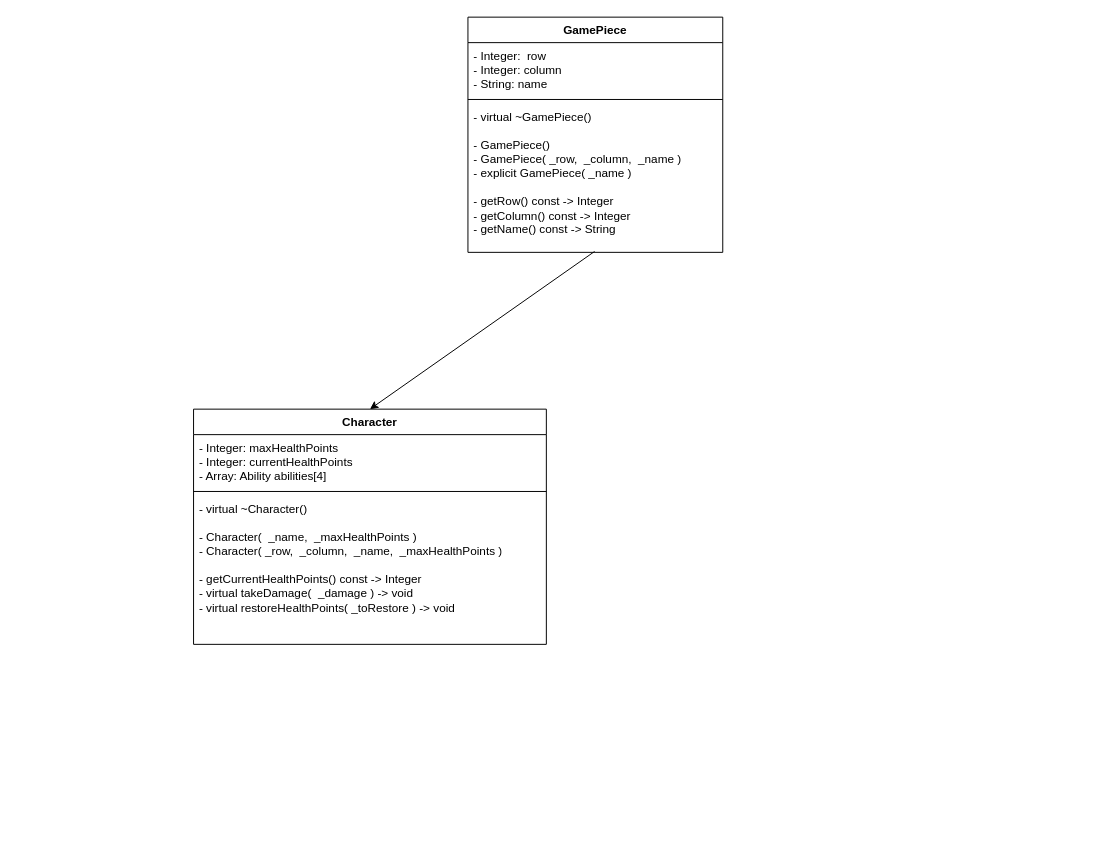
klovelace21/cli_game keeps this draw.io diagram as cli_game.drawio. Above is the earlier version. Source tidied: cells renumbered, new cells numbered last; positions are measured from the earlier drawing's top-left corner, leaving out a move shared by most shapes. Both pictures are drawn from the tidied source at 98%, with x=0, y=0 at pixel (193, 17).
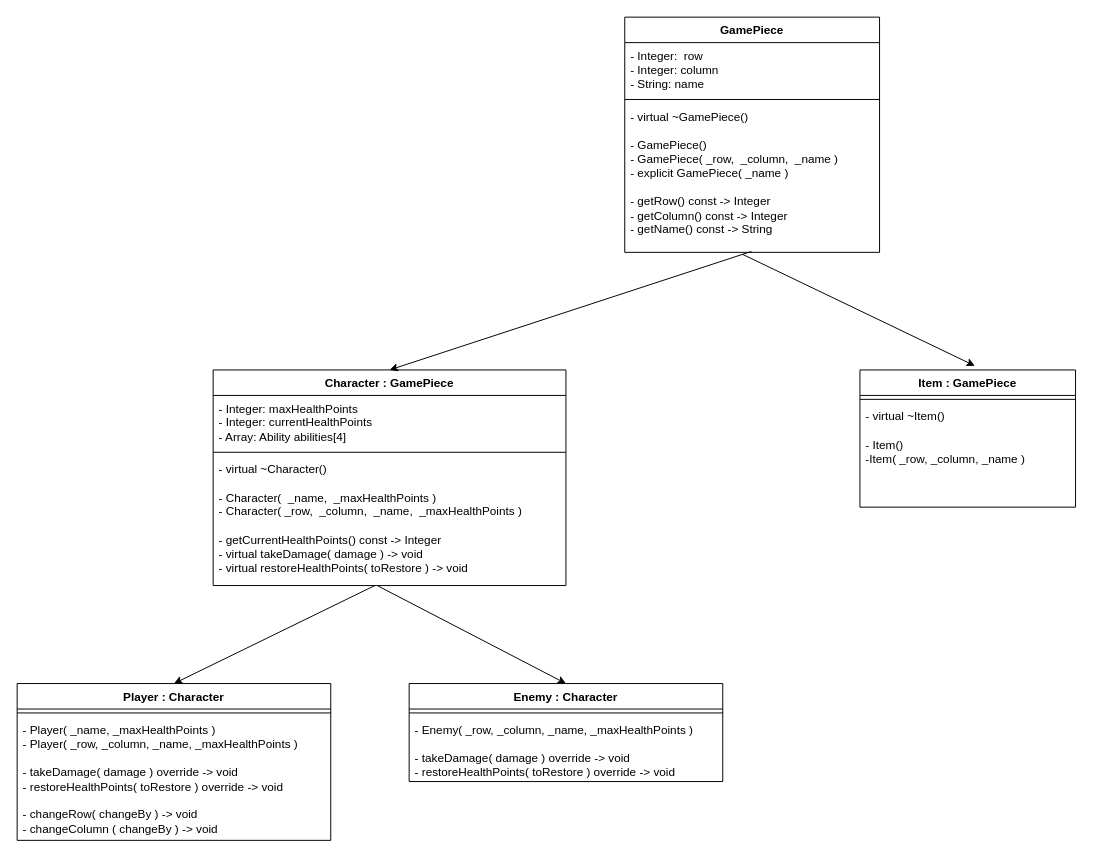
After the change.

Commit message:
GamePiece -> Item relation

The change refers to these unchanged cells:
```xml
<mxCell id="5" value="- virtual ~GamePiece()&lt;br&gt;&lt;br&gt;- GamePiece()&lt;br&gt;- GamePiece( _row,&amp;nbsp; _column,&amp;nbsp; _name )&lt;br&gt;- explicit GamePiece( _name )&lt;br&gt;&lt;br&gt;- getRow() const -&amp;gt; Integer&lt;br&gt;- getColumn() const -&amp;gt; Integer&lt;br&gt;- getName() const -&amp;gt; String" style="text;strokeColor=none;fillColor=none;align=left;verticalAlign=top;spacingLeft=4;spacingRight=4;overflow=hidden;points=[[0,0.5],[1,0.5]];portConstraint=eastwest;whiteSpace=wrap;html=1;" parent="2" vertex="1">
  <mxGeometry y="88" width="260" height="152" as="geometry" />
</mxCell>
```

What changed in the source:
```diff
@@
     <mxCell id="2" value="GamePiece" style="swimlane;fontStyle=1;align=center;verticalAlign=top;horizontal=1;startSize=26;whiteSpace=wrap;html=1;" parent="1" vertex="1">
-      <mxGeometry x="280" width="260" height="240" as="geometry" />
+      <mxGeometry x="440" width="260" height="240" as="geometry" />
     </mxCell>
@@
-    <mxCell id="6" value="Character" style="swimlane;fontStyle=1;align=center;verticalAlign=top;horizontal=1;startSize=26;whiteSpace=wrap;html=1;" parent="1" vertex="1">
-      <mxGeometry y="400" width="360" height="240" as="geometry" />
+    <mxCell id="6" value="Character : GamePiece" style="swimlane;fontStyle=1;align=center;verticalAlign=top;horizontal=1;startSize=26;whiteSpace=wrap;html=1;" parent="1" vertex="1">
+      <mxGeometry x="20" y="360" width="360" height="220" as="geometry" />
     </mxCell>
@@
-    <mxCell id="9" value="- virtual ~Character()&lt;br&gt;&lt;br&gt;- Character(&amp;nbsp; _name,&amp;nbsp; _maxHealthPoints )&lt;br&gt;- Character( _row,&amp;nbsp; _column,&amp;nbsp; _name,&amp;nbsp; _maxHealthPoints )&lt;br&gt;&lt;br&gt;- getCurrentHealthPoints() const -&amp;gt; Integer&lt;br&gt;- virtual takeDamage(&amp;nbsp; _damage ) -&amp;gt; void&lt;br&gt;- virtual restoreHealthPoints( _toRestore ) -&amp;gt; void" style="text;strokeColor=none;fillColor=none;align=left;verticalAlign=top;spacingLeft=4;spacingRight=4;overflow=hidden;points=[[0,0.5],[1,0.5]];portConstraint=eastwest;whiteSpace=wrap;html=1;" parent="6" vertex="1">
-      <mxGeometry y="88" width="360" height="152" as="geometry" />
+    <mxCell id="9" value="- virtual ~Character()&lt;br&gt;&lt;br&gt;- Character(&amp;nbsp; _name,&amp;nbsp; _maxHealthPoints )&lt;br&gt;- Character( _row,&amp;nbsp; _column,&amp;nbsp; _name,&amp;nbsp; _maxHealthPoints )&lt;br&gt;&lt;br&gt;- getCurrentHealthPoints() const -&amp;gt; Integer&lt;br&gt;- virtual takeDamage( damage ) -&amp;gt; void&lt;br&gt;- virtual restoreHealthPoints( toRestore ) -&amp;gt; void" style="text;strokeColor=none;fillColor=none;align=left;verticalAlign=top;spacingLeft=4;spacingRight=4;overflow=hidden;points=[[0,0.5],[1,0.5]];portConstraint=eastwest;whiteSpace=wrap;html=1;" parent="6" vertex="1">
+      <mxGeometry y="88" width="360" height="132" as="geometry" />
     </mxCell>
@@
+    <mxCell id="11" value="Player : Character" style="swimlane;fontStyle=1;align=center;verticalAlign=top;horizontal=1;startSize=26;whiteSpace=wrap;html=1;" parent="1" vertex="1">
+      <mxGeometry x="-180" y="680" width="320" height="160" as="geometry" />
+    </mxCell>
+    <mxCell id="12" style="line;strokeWidth=1;fillColor=none;align=left;verticalAlign=middle;spacingTop=-1;spacingLeft=3;spacingRight=3;labelPosition=right;strokeColor=inherit;" parent="11" vertex="1">
+      <mxGeometry y="26" width="320" height="8" as="geometry" />
+    </mxCell>
+    <mxCell id="13" value="- Player( _name, _maxHealthPoints )&lt;br&gt;- Player( _row, _column, _name, _maxHealthPoints )&lt;br&gt;&lt;br&gt;- takeDamage( damage ) override -&amp;gt; void&lt;br&gt;- restoreHealthPoints( toRestore ) override -&amp;gt; void&lt;br&gt;&lt;br&gt;- changeRow( changeBy ) -&amp;gt; void&lt;br&gt;- changeColumn ( changeBy ) -&amp;gt; void" style="text;strokeColor=none;fillColor=none;align=left;verticalAlign=top;spacingLeft=4;spacingRight=4;overflow=hidden;whiteSpace=wrap;html=1;" parent="11" vertex="1">
+      <mxGeometry y="34" width="320" height="126" as="geometry" />
+    </mxCell>
+    <mxCell id="14" value="Enemy : Character" style="swimlane;fontStyle=1;align=center;verticalAlign=top;horizontal=1;startSize=26;whiteSpace=wrap;html=1;" parent="1" vertex="1">
+      <mxGeometry x="220" y="680" width="320" height="100" as="geometry" />
+    </mxCell>
+    <mxCell id="15" style="line;strokeWidth=1;fillColor=none;align=left;verticalAlign=middle;spacingTop=-1;spacingLeft=3;spacingRight=3;labelPosition=right;strokeColor=inherit;" parent="14" vertex="1">
+      <mxGeometry y="26" width="320" height="8" as="geometry" />
+    </mxCell>
+    <mxCell id="16" value="- Enemy( _row, _column, _name, _maxHealthPoints )&lt;br&gt;&lt;br&gt;- takeDamage( damage ) override -&amp;gt; void&lt;br&gt;- restoreHealthPoints( toRestore ) override -&amp;gt; void" style="text;strokeColor=none;fillColor=none;align=left;verticalAlign=top;spacingLeft=4;spacingRight=4;overflow=hidden;whiteSpace=wrap;html=1;" parent="14" vertex="1">
+      <mxGeometry y="34" width="320" height="66" as="geometry" />
+    </mxCell>
+    <mxCell id="17" style="endArrow=classic;html=1;rounded=0;entryX=0.5;entryY=0;entryDx=0;entryDy=0;exitX=0.459;exitY=0.999;exitDx=0;exitDy=0;exitPerimeter=0;" parent="1" edge="1" source="9" target="11">
+      <mxGeometry relative="1" as="geometry" />
+    </mxCell>
+    <mxCell id="18" style="endArrow=classic;html=1;rounded=0;entryX=0.5;entryY=0;entryDx=0;entryDy=0;exitX=0.467;exitY=1.003;exitDx=0;exitDy=0;exitPerimeter=0;" parent="1" edge="1" source="9" target="14">
+      <mxGeometry relative="1" as="geometry" />
+    </mxCell>
+    <mxCell id="19" value="Item : GamePiece" style="swimlane;fontStyle=1;align=center;verticalAlign=top;horizontal=1;startSize=26;whiteSpace=wrap;html=1;" parent="1" vertex="1">
+      <mxGeometry x="680" y="360" width="220" height="140" as="geometry" />
+    </mxCell>
+    <mxCell id="20" style="line;strokeWidth=1;fillColor=none;align=left;verticalAlign=middle;spacingTop=-1;spacingLeft=3;spacingRight=3;labelPosition=right;strokeColor=inherit;" parent="19" vertex="1">
+      <mxGeometry y="26" width="220" height="8" as="geometry" />
+    </mxCell>
+    <mxCell id="21" value="- virtual ~Item()&lt;br&gt;&lt;br&gt;- Item()&lt;br&gt;-Item( _row, _column, _name )" style="text;strokeColor=none;fillColor=none;align=left;verticalAlign=top;spacingLeft=4;spacingRight=4;overflow=hidden;whiteSpace=wrap;html=1;" parent="19" vertex="1">
+      <mxGeometry y="34" width="220" height="106" as="geometry" />
+    </mxCell>
+    <mxCell id="22" style="endArrow=classic;html=1;rounded=0;entryX=0.533;entryY=-0.03;entryDx=0;entryDy=0;entryPerimeter=0;exitX=0.463;exitY=1.014;exitDx=0;exitDy=0;exitPerimeter=0;" parent="1" edge="1" source="5" target="19">
+      <mxGeometry relative="1" as="geometry" />
+    </mxCell>
```
